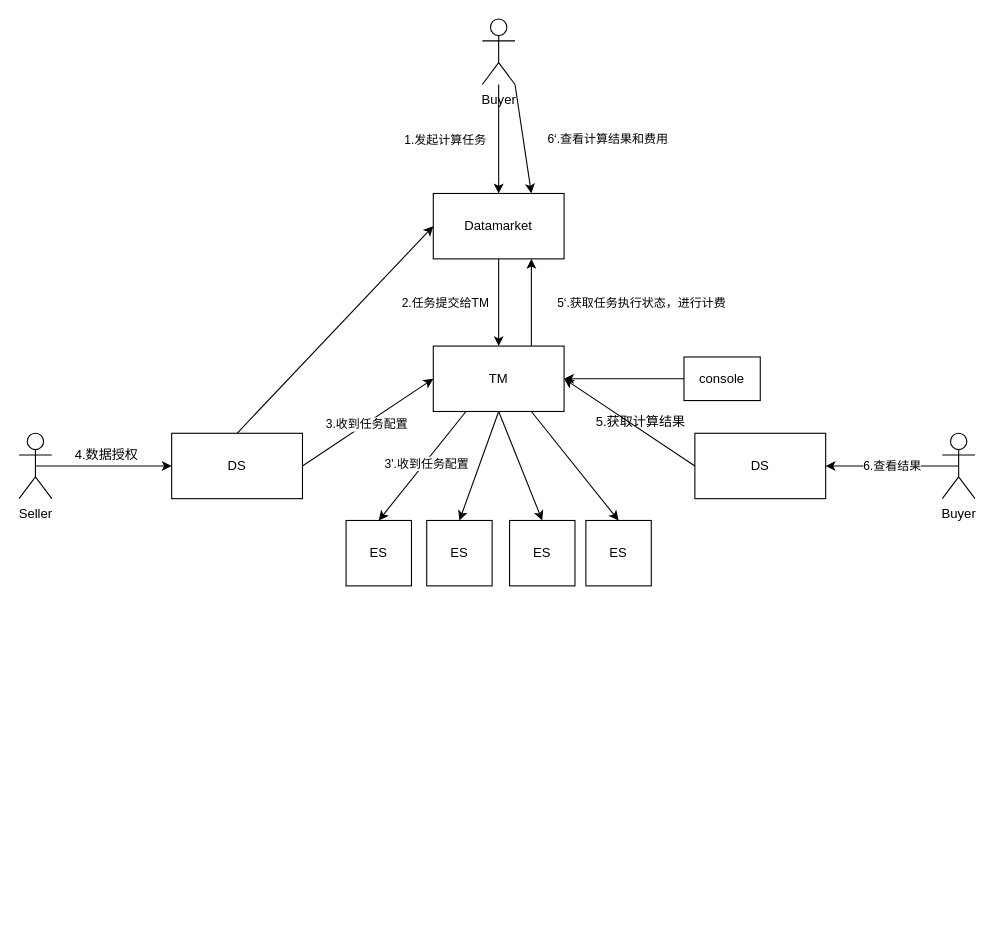
The draw.io diagram data_auth_.drawio in yankaili2006/drawing_io, before the edit. Source tidied: cells renumbered, new cells numbered last; positions are measured from the earlier drawing's top-left corner, leaving out a move shared by most shapes. Both pictures are drawn from the tidied source at 109%, with x=0, y=0 at pixel (19, 19).
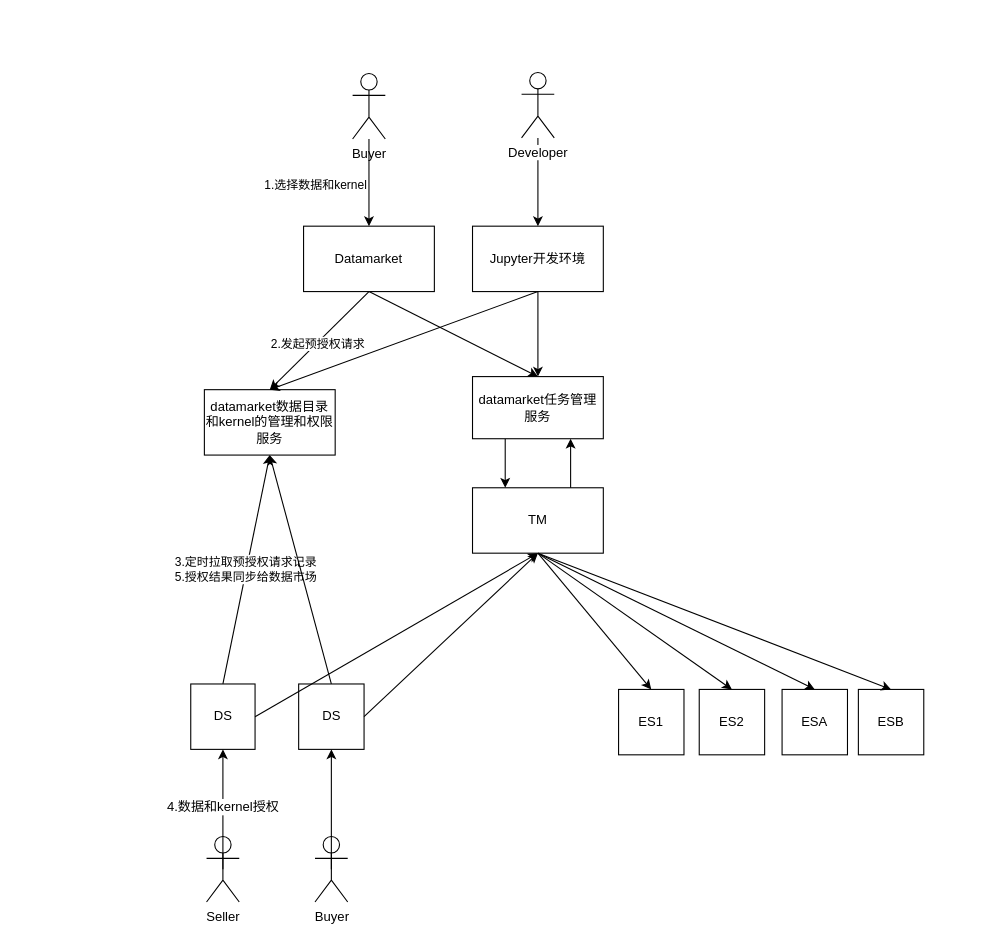
After the change.

Unchanged cells that the change refers to:
```xml
<mxCell id="27" style="endArrow=classic;html=1;entryX=0.5;entryY=0;entryDx=0;entryDy=0;" parent="1" edge="1" source="26" target="10">
  <mxGeometry relative="1" as="geometry" />
</mxCell>
```

What changed in the source:
```diff
@@
     <mxCell id="2" value="DS" style="rounded=0;whiteSpace=wrap;html=1;" parent="1" vertex="1">
-      <mxGeometry x="140" y="380" width="120" height="60" as="geometry" />
+      <mxGeometry x="157.5" y="610" width="59" height="60" as="geometry" />
     </mxCell>
     <mxCell id="3" value="TM" style="rounded=0;whiteSpace=wrap;html=1;" parent="1" vertex="1">
-      <mxGeometry x="380" y="300" width="120" height="60" as="geometry" />
+      <mxGeometry x="416" y="430" width="120" height="60" as="geometry" />
     </mxCell>
-    <mxCell id="4" value="ES" style="rounded=0;whiteSpace=wrap;html=1;" parent="1" vertex="1">
-      <mxGeometry x="300" y="460" width="60" height="60" as="geometry" />
+    <mxCell id="4" value="ES1" style="rounded=0;whiteSpace=wrap;html=1;" parent="1" vertex="1">
+      <mxGeometry x="550" y="615" width="60" height="60" as="geometry" />
     </mxCell>
-    <mxCell id="5" value="ES" style="rounded=0;whiteSpace=wrap;html=1;" parent="1" vertex="1">
-      <mxGeometry x="520" y="460" width="60" height="60" as="geometry" />
+    <mxCell id="5" value="ESB" style="rounded=0;whiteSpace=wrap;html=1;" parent="1" vertex="1">
+      <mxGeometry x="770" y="615" width="60" height="60" as="geometry" />
     </mxCell>
-    <mxCell id="6" value="ES" style="rounded=0;whiteSpace=wrap;html=1;" parent="1" vertex="1">
-      <mxGeometry x="374" y="460" width="60" height="60" as="geometry" />
+    <mxCell id="6" value="ES2" style="rounded=0;whiteSpace=wrap;html=1;" parent="1" vertex="1">
+      <mxGeometry x="624" y="615" width="60" height="60" as="geometry" />
     </mxCell>
-    <mxCell id="7" value="ES" style="rounded=0;whiteSpace=wrap;html=1;" parent="1" vertex="1">
-      <mxGeometry x="450" y="460" width="60" height="60" as="geometry" />
+    <mxCell id="7" value="ESA" style="rounded=0;whiteSpace=wrap;html=1;" parent="1" vertex="1">
+      <mxGeometry x="700" y="615" width="60" height="60" as="geometry" />
     </mxCell>
     <mxCell id="8" value="DS" style="rounded=0;whiteSpace=wrap;html=1;" parent="1" vertex="1">
-      <mxGeometry x="620" y="380" width="120" height="60" as="geometry" />
+      <mxGeometry x="256.5" y="610" width="60" height="60" as="geometry" />
     </mxCell>
-    <mxCell id="9" value="console" style="rounded=0;whiteSpace=wrap;html=1;" parent="1" vertex="1">
-      <mxGeometry x="610" y="310" width="70" height="40" as="geometry" />
-    </mxCell>
     <mxCell id="10" value="Datamarket" style="rounded=0;whiteSpace=wrap;html=1;" parent="1" vertex="1">
-      <mxGeometry x="380" y="160" width="120" height="60" as="geometry" />
+      <mxGeometry x="261" y="190" width="120" height="60" as="geometry" />
     </mxCell>
-    <mxCell id="11" style="endArrow=classic;html=1;exitX=0.5;exitY=0;exitDx=0;exitDy=0;entryX=0;entryY=0.5;entryDx=0;entryDy=0;" parent="1" edge="1" source="2" target="10">
+    <mxCell id="11" value="3.定时拉取预授权请求记录&lt;br&gt;5.授权结果同步给数据市场" style="endArrow=classic;html=1;exitX=0.5;exitY=0;exitDx=0;exitDy=0;entryX=0.5;entryY=1;entryDx=0;entryDy=0;" parent="1" edge="1" source="2" target="36">
       <mxGeometry relative="1" as="geometry" />
     </mxCell>
     <mxCell id="12" value="Seller" style="shape=umlActor;verticalLabelPosition=bottom;labelBackgroundColor=#ffffff;verticalAlign=top;html=1;outlineConnect=0;" parent="1" vertex="1">
-      <mxGeometry y="380" width="30" height="60" as="geometry" />
+      <mxGeometry x="172" y="750" width="30" height="60" as="geometry" />
     </mxCell>
-    <mxCell id="13" style="endArrow=classic;html=1;exitX=0.5;exitY=0.5;exitDx=0;exitDy=0;exitPerimeter=0;entryX=0;entryY=0.5;entryDx=0;entryDy=0;" parent="1" edge="1" source="12" target="2">
+    <mxCell id="13" style="endArrow=classic;html=1;exitX=0.5;exitY=0.5;exitDx=0;exitDy=0;exitPerimeter=0;entryX=0.5;entryY=1;entryDx=0;entryDy=0;" parent="1" edge="1" source="12" target="2">
       <mxGeometry relative="1" as="geometry" />
     </mxCell>
-    <mxCell id="14" value="4.数据授权" style="text;html=1;align=center;verticalAlign=middle;" parent="1" vertex="1">
-      <mxGeometry x="45" y="390" width="70" height="20" as="geometry" />
-    </mxCell>
+    <mxCell id="35" value="&lt;span style=&quot;font-size: 12px&quot;&gt;4.数据和kernel授权&lt;/span&gt;" style="edgeLabel;html=1;align=center;verticalAlign=middle;" parent="13" vertex="1">
+      <mxGeometry x="0.06" y="1" relative="1" as="geometry" />
+    </mxCell>
-    <mxCell id="15" style="endArrow=classic;html=1;entryX=0.5;entryY=0;entryDx=0;entryDy=0;exitX=0.25;exitY=1;exitDx=0;exitDy=0;" parent="1" edge="1" source="3" target="4">
+    <mxCell id="15" style="endArrow=classic;html=1;entryX=0.5;entryY=0;entryDx=0;entryDy=0;exitX=0.5;exitY=1;exitDx=0;exitDy=0;" parent="1" edge="1" source="3" target="4">
       <mxGeometry relative="1" as="geometry" />
     </mxCell>
-    <mxCell id="16" value="3'.收到任务配置" style="edgeLabel;html=1;align=center;verticalAlign=middle;" parent="15" vertex="1">
-      <mxGeometry x="-0.06" y="1" relative="1" as="geometry" />
-    </mxCell>
-    <mxCell id="17" style="endArrow=classic;html=1;entryX=0.5;entryY=0;entryDx=0;entryDy=0;exitX=0.75;exitY=1;exitDx=0;exitDy=0;" parent="1" edge="1" source="3" target="5">
+    <mxCell id="17" style="endArrow=classic;html=1;entryX=0.5;entryY=0;entryDx=0;entryDy=0;exitX=0.5;exitY=1;exitDx=0;exitDy=0;" parent="1" edge="1" source="3" target="5">
       <mxGeometry relative="1" as="geometry" />
     </mxCell>
@@
-    <mxCell id="20" style="endArrow=classic;html=1;entryX=1;entryY=0.5;entryDx=0;entryDy=0;exitX=0;exitY=0.5;exitDx=0;exitDy=0;" parent="1" edge="1" source="9" target="3">
+    <mxCell id="20" style="endArrow=classic;html=1;entryX=0.5;entryY=1;entryDx=0;entryDy=0;exitX=0.5;exitY=0;exitDx=0;exitDy=0;" parent="1" edge="1" source="8" target="36">
       <mxGeometry relative="1" as="geometry" />
     </mxCell>
-    <mxCell id="21" style="endArrow=classic;html=1;entryX=0.5;entryY=0;entryDx=0;entryDy=0;exitX=0.5;exitY=1;exitDx=0;exitDy=0;" parent="1" edge="1" source="10" target="3">
+    <mxCell id="21" style="endArrow=classic;html=1;entryX=0.25;entryY=0;entryDx=0;entryDy=0;exitX=0.25;exitY=1;exitDx=0;exitDy=0;" parent="1" edge="1" source="42" target="3">
       <mxGeometry relative="1" as="geometry" />
     </mxCell>
-    <mxCell id="22" value="2.任务提交给TM" style="edgeLabel;html=1;align=center;verticalAlign=middle;" parent="21" vertex="1">
-      <mxGeometry x="-0.12" y="-1" relative="1" as="geometry">
-        <mxPoint x="-49" y="5" as="offset" />
-      </mxGeometry>
-    </mxCell>
-    <mxCell id="23" style="endArrow=classic;html=1;exitX=1;exitY=0.5;exitDx=0;exitDy=0;entryX=0;entryY=0.5;entryDx=0;entryDy=0;" parent="1" edge="1" source="2" target="3">
-      <mxGeometry relative="1" as="geometry" />
+    <mxCell id="23" style="endArrow=classic;html=1;exitX=1;exitY=0.5;exitDx=0;exitDy=0;" parent="1" edge="1" source="2">
+      <mxGeometry relative="1" as="geometry">
+        <mxPoint x="476" y="490" as="targetPoint" />
+      </mxGeometry>
     </mxCell>
-    <mxCell id="24" value="3.收到任务配置" style="edgeLabel;html=1;align=center;verticalAlign=middle;" parent="23" vertex="1">
-      <mxGeometry x="-0.03" relative="1" as="geometry" />
-    </mxCell>
-    <mxCell id="25" style="endArrow=classic;html=1;exitX=0;exitY=0.5;exitDx=0;exitDy=0;entryX=1;entryY=0.5;entryDx=0;entryDy=0;" parent="1" edge="1" source="8" target="3">
+    <mxCell id="25" style="endArrow=classic;html=1;exitX=1;exitY=0.5;exitDx=0;exitDy=0;entryX=0.5;entryY=1;entryDx=0;entryDy=0;" parent="1" edge="1" source="8" target="3">
       <mxGeometry relative="1" as="geometry" />
     </mxCell>
     <mxCell id="26" value="Buyer" style="shape=umlActor;verticalLabelPosition=bottom;labelBackgroundColor=#ffffff;verticalAlign=top;html=1;outlineConnect=0;" parent="1" vertex="1">
-      <mxGeometry x="425" width="30" height="60" as="geometry" />
+      <mxGeometry x="306" y="50" width="30" height="60" as="geometry" />
     </mxCell>
@@
-    <mxCell id="28" value="1.发起计算任务" style="edgeLabel;html=1;align=center;verticalAlign=middle;" parent="27" vertex="1">
+    <mxCell id="28" value="1.选择数据和kernel" style="edgeLabel;html=1;align=center;verticalAlign=middle;" parent="27" vertex="1">
       <mxGeometry x="-0.1" relative="1" as="geometry">
         <mxPoint x="-50" y="5" as="offset" />
       </mxGeometry>
     </mxCell>
-    <mxCell id="29" value="5‘.获取任务执行状态，进行计费" style="edgeLabel;html=1;align=center;verticalAlign=middle;" parent="27" vertex="1">
-      <mxGeometry x="-0.23" y="3" relative="1" as="geometry">
-        <mxPoint x="127" y="161.7" as="offset" />
-      </mxGeometry>
-    </mxCell>
-    <mxCell id="30" value="5.获取计算结果" style="text;html=1;align=center;verticalAlign=middle;" parent="1" vertex="1">
-      <mxGeometry x="520" y="360" width="100" height="20" as="geometry" />
-    </mxCell>
-    <mxCell id="31" style="endArrow=classic;html=1;entryX=0.75;entryY=1;entryDx=0;entryDy=0;exitX=0.75;exitY=0;exitDx=0;exitDy=0;" parent="1" edge="1" source="3" target="10">
+    <mxCell id="31" style="endArrow=classic;html=1;entryX=0.75;entryY=1;entryDx=0;entryDy=0;exitX=0.75;exitY=0;exitDx=0;exitDy=0;" parent="1" edge="1" source="3" target="42">
       <mxGeometry relative="1" as="geometry" />
     </mxCell>
     <mxCell id="32" value="Buyer" style="shape=umlActor;verticalLabelPosition=bottom;labelBackgroundColor=#ffffff;verticalAlign=top;html=1;outlineConnect=0;" parent="1" vertex="1">
-      <mxGeometry x="847" y="380" width="30" height="60" as="geometry" />
+      <mxGeometry x="271.5" y="750" width="30" height="60" as="geometry" />
     </mxCell>
-    <mxCell id="33" value="6.查看结果" style="endArrow=classic;html=1;exitX=0.5;exitY=0.5;exitDx=0;exitDy=0;exitPerimeter=0;entryX=1;entryY=0.5;entryDx=0;entryDy=0;" parent="1" edge="1" source="32" target="8">
+    <mxCell id="33" style="endArrow=classic;html=1;exitX=0.5;exitY=0.5;exitDx=0;exitDy=0;exitPerimeter=0;entryX=0.5;entryY=1;entryDx=0;entryDy=0;" parent="1" edge="1" source="32" target="8">
       <mxGeometry relative="1" as="geometry" />
     </mxCell>
-    <mxCell id="34" value="6‘.查看计算结果和费用" style="endArrow=classic;html=1;entryX=0.75;entryY=0;entryDx=0;entryDy=0;exitX=1;exitY=1;exitDx=0;exitDy=0;exitPerimeter=0;" parent="1" edge="1" source="26" target="10">
-      <mxGeometry x="0.23" y="77" relative="1" as="geometry" />
-    </mxCell>
+    <mxCell id="36" value="datamarket数据目录和kernel的管理和权限服务" style="rounded=0;whiteSpace=wrap;html=1;" parent="1" vertex="1">
+      <mxGeometry x="170" y="340" width="120" height="60" as="geometry" />
+    </mxCell>
+    <mxCell id="37" style="endArrow=classic;html=1;exitX=0.5;exitY=1;exitDx=0;exitDy=0;entryX=0.5;entryY=0;entryDx=0;entryDy=0;" parent="1" edge="1" source="10" target="36">
+      <mxGeometry relative="1" as="geometry" />
+    </mxCell>
+    <mxCell id="38" value="2.发起预授权请求" style="edgeLabel;html=1;align=center;verticalAlign=middle;" parent="37" vertex="1">
+      <mxGeometry x="0.05" relative="1" as="geometry" />
+    </mxCell>
+    <mxCell id="39" value="Jupyter开发环境" style="rounded=0;whiteSpace=wrap;html=1;" parent="1" vertex="1">
+      <mxGeometry x="416" y="190" width="120" height="60" as="geometry" />
+    </mxCell>
+    <mxCell id="40" style="edgeStyle=orthogonalEdgeStyle;rounded=0;jettySize=auto;html=1;" parent="1" edge="1" source="41" target="39">
+      <mxGeometry relative="1" as="geometry" />
+    </mxCell>
+    <mxCell id="41" value="Developer" style="shape=umlActor;verticalLabelPosition=bottom;labelBackgroundColor=#ffffff;verticalAlign=top;html=1;outlineConnect=0;" parent="1" vertex="1">
+      <mxGeometry x="461" y="49" width="30" height="60" as="geometry" />
+    </mxCell>
+    <mxCell id="42" value="datamarket任务管理服务" style="rounded=0;whiteSpace=wrap;html=1;" parent="1" vertex="1">
+      <mxGeometry x="416" y="328" width="120" height="57" as="geometry" />
+    </mxCell>
+    <mxCell id="43" style="endArrow=classic;html=1;exitX=0.5;exitY=1;exitDx=0;exitDy=0;entryX=0.5;entryY=0;entryDx=0;entryDy=0;" parent="1" edge="1" source="10" target="42">
+      <mxGeometry relative="1" as="geometry" />
+    </mxCell>
+    <mxCell id="44" style="endArrow=classic;html=1;exitX=0.5;exitY=1;exitDx=0;exitDy=0;entryX=0.5;entryY=0;entryDx=0;entryDy=0;" parent="1" edge="1" source="39" target="42">
+      <mxGeometry relative="1" as="geometry" />
+    </mxCell>
+    <mxCell id="45" style="endArrow=classic;html=1;exitX=0.5;exitY=1;exitDx=0;exitDy=0;entryX=0.5;entryY=0;entryDx=0;entryDy=0;" parent="1" edge="1" source="39" target="36">
+      <mxGeometry relative="1" as="geometry" />
+    </mxCell>
```
